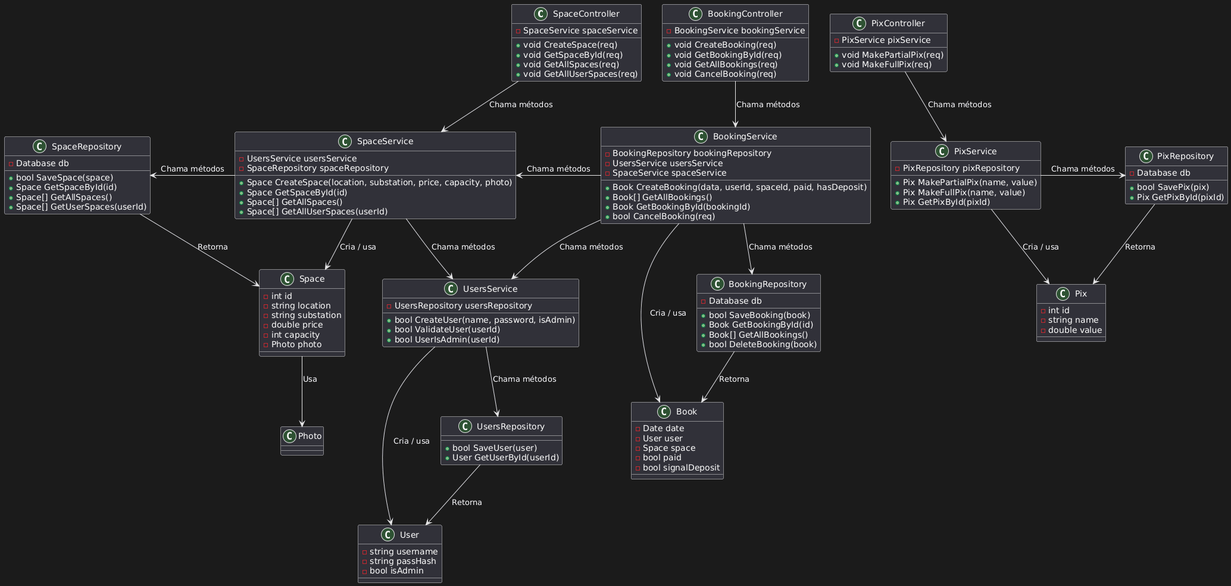
Above: diagrams/classes.png in d4vi13/SeuCantinho (PlantUML), before the change.
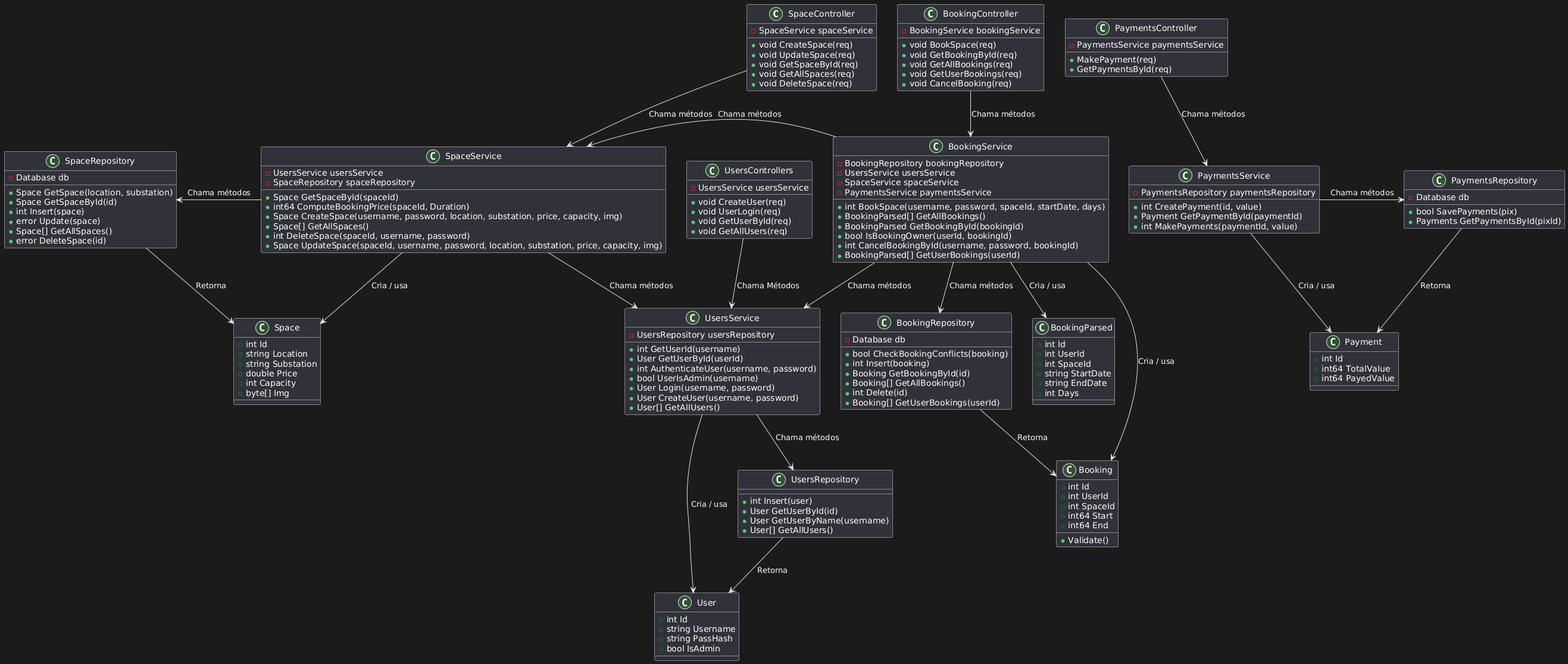
After the change.

Diff of the diagram source:
```diff
@@ -2,62 +2,81 @@
 Class SpaceController {
     - SpaceService spaceService
     + void CreateSpace(req)
+    + void UpdateSpace(req)
     + void GetSpaceById(req)
     + void GetAllSpaces(req)
-    + void GetAllUserSpaces(req)
+    + void DeleteSpace(req)
 }
 
 Class SpaceService {
     - UsersService usersService
     - SpaceRepository spaceRepository
-    + Space CreateSpace(location, substation, price, capacity, photo)
-    + Space GetSpaceById(id)
+    + Space GetSpaceById(spaceId)
+    + int64 ComputeBookingPrice(spaceId, Duration)
+    + Space CreateSpace(username, password, location, substation, price, capacity, img)
     + Space[] GetAllSpaces()
-    + Space[] GetAllUserSpaces(userId)
+    + int DeleteSpace(spaceId, username, password)
+    + Space UpdateSpace(spaceId, username, password, location, substation, price, capacity, img)
+}
+
+Class UsersControllers {
+    - UsersService usersService
+    + void CreateUser(req)
+    + void UserLogin(req)
+    + void GetUserById(req)
+    + void GetAllUsers(req)
 }
 
 Class UsersService {
     - UsersRepository usersRepository
-    + bool CreateUser(name, password, isAdmin)
-    + bool ValidateUser(userId)
-    + bool UserIsAdmin(userId)
+    + int GetUserId(username)
+    + User GetUserById(userId)
+    + int AuthenticateUser(username, password)
+    + bool UserIsAdmin(username)
+    + User Login(username, password)
+    + User CreateUser(username, password)
+    + User[] GetAllUsers()
 }
 
 Class UsersRepository {
-    + bool SaveUser(user)
-    + User GetUserById(userId)
+    + int Insert(user)
+    + User GetUserById(id)
+    + User GetUserByName(username)
+    + User[] GetAllUsers()
 }
 
 Class SpaceRepository {
     - Database db
-    + bool SaveSpace(space)
+    + Space GetSpace(location, substation)
     + Space GetSpaceById(id)
+    + int Insert(space)
+    + error Update(space)
     + Space[] GetAllSpaces()
-    + Space[] GetUserSpaces(userId)
+    + error DeleteSpace(id)
 }
 
 Class Space {
-    - int id
-    - string location
-    - string substation
-    - double price
-    - int capacity
-    - Photo photo
+    + int Id
+    + string Location
+    + string Substation
+    + double Price
+    + int Capacity
+    + byte[] Img
 }
 
 Class User {
-    - string username
-    - string passHash
-    - bool isAdmin
+    + int Id
+    + string Username
+    + string PassHash
+    + bool IsAdmin
 }
-
-Class Photo {}
 
 Class BookingController {
     - BookingService bookingService
-    + void CreateBooking(req)
+    + void BookSpace(req)
     + void GetBookingById(req)
     + void GetAllBookings(req)
+    + void GetUserBookings(req)
     + void CancelBooking(req)
 }
 
@@ -65,51 +84,66 @@
     - BookingRepository bookingRepository
     - UsersService usersService
     - SpaceService spaceService
-    + Book CreateBooking(data, userId, spaceId, paid, hasDeposit)
-    + Book[] GetAllBookings()
-    + Book GetBookingById(bookingId)
-    + bool CancelBooking(req)
+    - PaymentsService paymentsService
+    + int BookSpace(username, password, spaceId, startDate, days)
+    + BookingParsed[] GetAllBookings()
+    + BookingParsed GetBookingById(bookingId)
+    + bool IsBookingOwner(userId, bookingId)
+    + int CancelBookingById(username, password, bookingId)
+    + BookingParsed[] GetUserBookings(userId)
 }
 
 Class BookingRepository {
     - Database db
-    + bool SaveBooking(book)
-    + Book GetBookingById(id)
-    + Book[] GetAllBookings()
-    + bool DeleteBooking(book)
+    + bool CheckBookingConflicts(booking)
+    + int Insert(booking)
+    + Booking GetBookingById(id)
+    + Booking[] GetAllBookings()
+    + int Delete(id)
+    + Booking[] GetUserBookings(userId)
 }
 
-Class Book {
-    - Date date
-    - User user
-    - Space space
-    - bool paid
-    - bool signalDeposit
+Class Booking {
+    + int Id
+    + int UserId
+    + int SpaceId
+    + int64 Start
+    + int64 End
+    + Validate()
 }
 
-Class PixController {
-    - PixService pixService
-    + void MakePartialPix(req)
-    + void MakeFullPix(req)
+Class BookingParsed {
+    + int Id
+    + int UserId
+    + int SpaceId
+    + string StartDate
+    + string EndDate
+    + int Days
 }
 
-Class PixService {
-    - PixRepository pixRepository
-    + Pix MakePartialPix(name, value)
-    + Pix MakeFullPix(name, value)
-    + Pix GetPixById(pixId)
+Class PaymentsController {
+    - PaymentsService paymentsService
+    + MakePayment(req)
+    + GetPaymentsById(req)
 }
 
-Class PixRepository {
-    - Database db
-    + bool SavePix(pix)
-    + Pix GetPixById(pixId)
+Class PaymentsService {
+    - PaymentsRepository paymentsRepository
+    + int CreatePayment(id, value)
+    + Payment GetPaymentById(paymentId)
+    + int MakePayments(paymentId, value)
 }
 
-Class Pix {
-    - int id
-    - string name
-    - double value
+Class PaymentsRepository {
+    - Database db
+    + bool SavePayments(pix)
+    + Payments GetPaymentsById(pixId)
+}
+
+Class Payment {
+    + int Id
+    + int64 TotalValue
+    + int64 PayedValue
 }
 
 
@@ -123,22 +157,24 @@
 
 SpaceRepository -d-> Space : "Retorna"
 UsersRepository --> User : "Retorna"
-Space -d-> Photo : "Usa"
 
-PixController --> PixService : "Chama métodos"
-PixService -r-> PixRepository : "Chama métodos"
-PixRepository --> Pix : "Retorna"
-PixService --> Pix : "Cria / usa"
+PaymentsController --> PaymentsService : "Chama métodos"
+PaymentsService -r-> PaymentsRepository : "Chama métodos"
+PaymentsRepository --> Payment : "Retorna"
+PaymentsService --> Payment : "Cria / usa"
 
 BookingController --> BookingService : "Chama métodos"
 BookingService --> BookingRepository : "Chama métodos"
 BookingService -l-> SpaceService : "Chama métodos"
 BookingService -d-> UsersService : "Chama métodos"
-BookingService --> Book : "Cria / usa"
-BookingRepository --> Book : "Retorna"
+BookingService --> Booking : "Cria / usa"
+BookingService --> BookingParsed : "Cria / usa"
+BookingRepository --> Booking : "Retorna"
 
 SpaceController -r[hidden]-> BookingController
 BookingController -l[hidden]-> SpaceController
-BookingController -r[hidden]-> PixController
-PixController -l[hidden]-> BookingController
+BookingController -r[hidden]-> PaymentsController
+PaymentsController -l[hidden]-> BookingController
+
+UsersControllers --> UsersService : "Chama Métodos"
 @enduml
```
